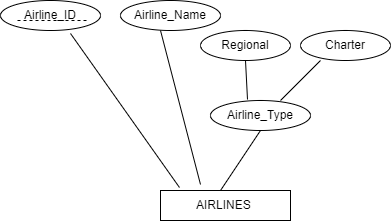
Above: Travel and Tour ER Diagram.drawio.png in marfojohn/Group8DB (draw.io), before the change. Source tidied: cells renumbered, new cells last; positions are measured from the earlier drawing's top-left corner, leaving out a move shared by most shapes.
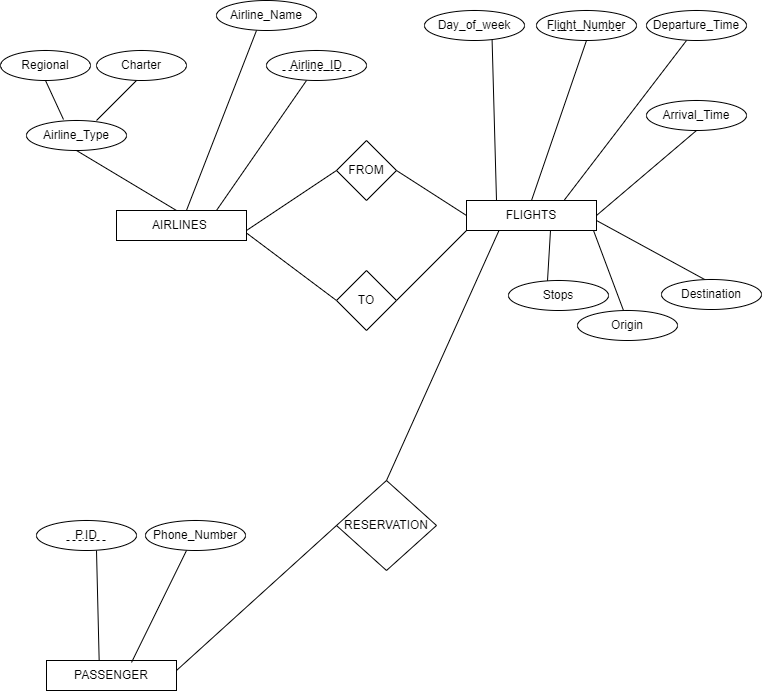
Later version of the same file.

The edit, as a diff of the source:
```diff
@@ -3,31 +3,32 @@
     <mxCell id="0" />
     <mxCell id="1" parent="0" />
     <mxCell id="2" value="Airline_ID" style="ellipse;whiteSpace=wrap;html=1;" parent="1" vertex="1">
-      <mxGeometry width="100" height="30" as="geometry" />
+      <mxGeometry x="310" y="30" width="100" height="30" as="geometry" />
     </mxCell>
     <mxCell id="3" value="AIRLINES&amp;nbsp;" style="rounded=0;whiteSpace=wrap;html=1;" parent="1" vertex="1">
       <mxGeometry x="160" y="190" width="130" height="30" as="geometry" />
     </mxCell>
-    <mxCell id="4" style="endArrow=none;html=1;rounded=0;entryX=0.7;entryY=1.1;entryDx=0;entryDy=0;entryPerimeter=0;exitX=0.146;exitY=-0.1;exitDx=0;exitDy=0;exitPerimeter=0;" parent="1" edge="1" source="3" target="2">
-      <mxGeometry relative="1" as="geometry" />
+    <mxCell id="4" style="endArrow=none;html=1;rounded=0;entryX=0.7;entryY=1.1;entryDx=0;entryDy=0;entryPerimeter=0;exitX=0.769;exitY=0;exitDx=0;exitDy=0;exitPerimeter=0;" parent="1" edge="1" source="3">
+      <mxGeometry relative="1" as="geometry">
+        <mxPoint x="350" y="60" as="targetPoint" />
+      </mxGeometry>
     </mxCell>
     <mxCell id="5" style="endArrow=none;dashed=1;html=1;rounded=0;" parent="1" edge="1">
       <mxGeometry relative="1" as="geometry">
-        <mxPoint x="17" y="20" as="sourcePoint" />
-        <mxPoint x="87" y="20" as="targetPoint" />
+        <mxPoint x="326" y="50" as="sourcePoint" />
+        <mxPoint x="396" y="50" as="targetPoint" />
       </mxGeometry>
     </mxCell>
     <mxCell id="6" value="Airline_Name" style="ellipse;whiteSpace=wrap;html=1;" parent="1" vertex="1">
-      <mxGeometry x="120" width="100" height="30" as="geometry" />
+      <mxGeometry x="260" y="-20" width="100" height="30" as="geometry" />
     </mxCell>
-    <mxCell id="7" style="endArrow=none;html=1;rounded=0;entryX=0.7;entryY=1.1;entryDx=0;entryDy=0;entryPerimeter=0;" parent="1" edge="1">
+    <mxCell id="7" style="endArrow=none;html=1;rounded=0;entryX=0.7;entryY=1.1;entryDx=0;entryDy=0;entryPerimeter=0;exitX=0.538;exitY=0;exitDx=0;exitDy=0;exitPerimeter=0;" parent="1" edge="1" source="3">
       <mxGeometry relative="1" as="geometry">
-        <mxPoint x="200" y="184" as="sourcePoint" />
-        <mxPoint x="160" y="30" as="targetPoint" />
+        <mxPoint x="300" y="10" as="targetPoint" />
       </mxGeometry>
     </mxCell>
     <mxCell id="8" value="Airline_Type" style="ellipse;whiteSpace=wrap;html=1;" parent="1" vertex="1">
-      <mxGeometry x="210" y="100" width="100" height="30" as="geometry" />
+      <mxGeometry x="70" y="100" width="100" height="30" as="geometry" />
     </mxCell>
     <mxCell id="9" style="endArrow=none;html=1;rounded=0;entryX=0.5;entryY=1;entryDx=0;entryDy=0;" parent="1" edge="1" target="8">
       <mxGeometry relative="1" as="geometry">
@@ -38,16 +39,144 @@
       <mxGeometry relative="1" as="geometry" />
     </mxCell>
     <mxCell id="11" value="Regional" style="ellipse;whiteSpace=wrap;html=1;" parent="1" vertex="1">
-      <mxGeometry x="200" y="30" width="90" height="30" as="geometry" />
+      <mxGeometry x="44" y="30" width="90" height="30" as="geometry" />
     </mxCell>
     <mxCell id="12" value="Charter" style="ellipse;whiteSpace=wrap;html=1;" parent="1" vertex="1">
-      <mxGeometry x="300" y="30" width="90" height="30" as="geometry" />
+      <mxGeometry x="140" y="30" width="90" height="30" as="geometry" />
     </mxCell>
     <mxCell id="13" style="endArrow=none;html=1;rounded=0;" parent="1" edge="1">
       <mxGeometry relative="1" as="geometry">
-        <mxPoint x="280" y="100" as="sourcePoint" />
-        <mxPoint x="320" y="60" as="targetPoint" />
+        <mxPoint x="140" y="100" as="sourcePoint" />
+        <mxPoint x="180" y="60" as="targetPoint" />
       </mxGeometry>
     </mxCell>
+    <mxCell id="14" value="FROM" style="rhombus;whiteSpace=wrap;html=1;" parent="1" vertex="1">
+      <mxGeometry x="380" y="120" width="60" height="60" as="geometry" />
+    </mxCell>
+    <mxCell id="15" style="endArrow=none;html=1;rounded=0;entryX=0;entryY=0.5;entryDx=0;entryDy=0;" parent="1" edge="1" target="14">
+      <mxGeometry relative="1" as="geometry">
+        <mxPoint x="290" y="210" as="sourcePoint" />
+      </mxGeometry>
+    </mxCell>
+    <mxCell id="16" style="endArrow=none;html=1;rounded=0;exitX=1;exitY=0.5;exitDx=0;exitDy=0;entryX=0;entryY=0.5;entryDx=0;entryDy=0;" parent="1" edge="1" source="14" target="17">
+      <mxGeometry relative="1" as="geometry" />
+    </mxCell>
+    <mxCell id="17" value="FLIGHTS" style="rounded=0;whiteSpace=wrap;html=1;" parent="1" vertex="1">
+      <mxGeometry x="510" y="180" width="130" height="30" as="geometry" />
+    </mxCell>
+    <mxCell id="18" style="endArrow=none;html=1;rounded=0;exitX=1;exitY=0.75;exitDx=0;exitDy=0;" parent="1" edge="1" source="3">
+      <mxGeometry relative="1" as="geometry">
+        <mxPoint x="380" y="280" as="targetPoint" />
+      </mxGeometry>
+    </mxCell>
+    <mxCell id="19" value="TO" style="rhombus;whiteSpace=wrap;html=1;" parent="1" vertex="1">
+      <mxGeometry x="380" y="250" width="60" height="60" as="geometry" />
+    </mxCell>
+    <mxCell id="20" style="endArrow=none;html=1;rounded=0;exitX=1;exitY=0.5;exitDx=0;exitDy=0;" parent="1" edge="1" source="19">
+      <mxGeometry relative="1" as="geometry">
+        <mxPoint x="510" y="210" as="targetPoint" />
+      </mxGeometry>
+    </mxCell>
+    <mxCell id="21" value="Day_of_week" style="ellipse;whiteSpace=wrap;html=1;" parent="1" vertex="1">
+      <mxGeometry x="468" y="-10" width="100" height="30" as="geometry" />
+    </mxCell>
+    <mxCell id="22" style="endArrow=none;html=1;rounded=0;entryX=0.676;entryY=0.986;entryDx=0;entryDy=0;entryPerimeter=0;" parent="1" edge="1" target="21">
+      <mxGeometry relative="1" as="geometry">
+        <mxPoint x="540" y="180" as="sourcePoint" />
+      </mxGeometry>
+    </mxCell>
+    <mxCell id="23" value="Flight_Number" style="ellipse;whiteSpace=wrap;html=1;" parent="1" vertex="1">
+      <mxGeometry x="580" y="-10" width="100" height="30" as="geometry" />
+    </mxCell>
+    <mxCell id="24" value="Departure_Time" style="ellipse;whiteSpace=wrap;html=1;" parent="1" vertex="1">
+      <mxGeometry x="690" y="-10" width="100" height="30" as="geometry" />
+    </mxCell>
+    <mxCell id="25" style="endArrow=none;html=1;rounded=0;exitX=0.5;exitY=0;exitDx=0;exitDy=0;" parent="1" edge="1" source="17">
+      <mxGeometry relative="1" as="geometry">
+        <mxPoint x="630" y="20" as="targetPoint" />
+      </mxGeometry>
+    </mxCell>
+    <mxCell id="26" style="endArrow=none;html=1;rounded=0;exitX=0.75;exitY=0;exitDx=0;exitDy=0;" parent="1" edge="1" source="17">
+      <mxGeometry relative="1" as="geometry">
+        <mxPoint x="730" y="20" as="targetPoint" />
+      </mxGeometry>
+    </mxCell>
+    <mxCell id="27" style="endArrow=none;dashed=1;html=1;rounded=0;" parent="1" edge="1">
+      <mxGeometry relative="1" as="geometry">
+        <mxPoint x="595" y="10" as="sourcePoint" />
+        <mxPoint x="665" y="10" as="targetPoint" />
+      </mxGeometry>
+    </mxCell>
+    <mxCell id="28" style="endArrow=none;html=1;rounded=0;" parent="1" edge="1">
+      <mxGeometry relative="1" as="geometry">
+        <mxPoint x="667" y="290" as="sourcePoint" />
+        <mxPoint x="637" y="210" as="targetPoint" />
+      </mxGeometry>
+    </mxCell>
+    <mxCell id="29" value="Origin" style="ellipse;whiteSpace=wrap;html=1;" parent="1" vertex="1">
+      <mxGeometry x="621" y="290" width="100" height="30" as="geometry" />
+    </mxCell>
+    <mxCell id="30" style="endArrow=none;html=1;rounded=0;" parent="1" edge="1">
+      <mxGeometry relative="1" as="geometry">
+        <mxPoint x="750" y="260" as="sourcePoint" />
+        <mxPoint x="640" y="200" as="targetPoint" />
+      </mxGeometry>
+    </mxCell>
+    <mxCell id="31" value="Destination" style="ellipse;whiteSpace=wrap;html=1;" parent="1" vertex="1">
+      <mxGeometry x="705" y="259" width="100" height="30" as="geometry" />
+    </mxCell>
+    <mxCell id="32" style="endArrow=none;html=1;rounded=0;exitX=0.75;exitY=0;exitDx=0;exitDy=0;" parent="1" edge="1">
+      <mxGeometry relative="1" as="geometry">
+        <mxPoint x="640" y="195" as="sourcePoint" />
+        <mxPoint x="740" y="110" as="targetPoint" />
+      </mxGeometry>
+    </mxCell>
+    <mxCell id="33" value="Arrival_Time" style="ellipse;whiteSpace=wrap;html=1;" parent="1" vertex="1">
+      <mxGeometry x="690" y="80" width="100" height="30" as="geometry" />
+    </mxCell>
+    <mxCell id="34" style="endArrow=none;html=1;rounded=0;exitX=0.389;exitY=0.065;exitDx=0;exitDy=0;exitPerimeter=0;" parent="1" edge="1" source="35">
+      <mxGeometry relative="1" as="geometry">
+        <mxPoint x="594" y="210" as="targetPoint" />
+      </mxGeometry>
+    </mxCell>
+    <mxCell id="35" value="Stops" style="ellipse;whiteSpace=wrap;html=1;" parent="1" vertex="1">
+      <mxGeometry x="552" y="260" width="100" height="30" as="geometry" />
+    </mxCell>
+    <mxCell id="36" value="RESERVATION" style="rhombus;whiteSpace=wrap;html=1;" parent="1" vertex="1">
+      <mxGeometry x="380" y="460" width="100" height="90" as="geometry" />
+    </mxCell>
+    <mxCell id="37" style="endArrow=none;html=1;rounded=0;entryX=0.25;entryY=1;entryDx=0;entryDy=0;exitX=0.5;exitY=0;exitDx=0;exitDy=0;" parent="1" edge="1" source="36" target="17">
+      <mxGeometry relative="1" as="geometry" />
+    </mxCell>
+    <mxCell id="38" value="PASSENGER" style="rounded=0;whiteSpace=wrap;html=1;" parent="1" vertex="1">
+      <mxGeometry x="90" y="640" width="130" height="30" as="geometry" />
+    </mxCell>
+    <mxCell id="39" style="endArrow=none;html=1;rounded=0;entryX=0;entryY=0.5;entryDx=0;entryDy=0;" parent="1" edge="1" target="36">
+      <mxGeometry relative="1" as="geometry">
+        <mxPoint x="220" y="650" as="sourcePoint" />
+      </mxGeometry>
+    </mxCell>
+    <mxCell id="40" value="P.ID" style="ellipse;whiteSpace=wrap;html=1;" parent="1" vertex="1">
+      <mxGeometry x="80" y="500" width="100" height="30" as="geometry" />
+    </mxCell>
+    <mxCell id="41" style="endArrow=none;dashed=1;html=1;rounded=0;" parent="1" edge="1">
+      <mxGeometry relative="1" as="geometry">
+        <mxPoint x="110" y="520" as="sourcePoint" />
+        <mxPoint x="150" y="520" as="targetPoint" />
+      </mxGeometry>
+    </mxCell>
+    <mxCell id="42" style="endArrow=none;html=1;rounded=0;exitX=0.405;exitY=-0.014;exitDx=0;exitDy=0;exitPerimeter=0;" parent="1" edge="1" source="38">
+      <mxGeometry relative="1" as="geometry">
+        <mxPoint x="140" y="530" as="targetPoint" />
+      </mxGeometry>
+    </mxCell>
+    <mxCell id="43" value="Phone_Number" style="ellipse;whiteSpace=wrap;html=1;" parent="1" vertex="1">
+      <mxGeometry x="189" y="500" width="100" height="30" as="geometry" />
+    </mxCell>
+    <mxCell id="44" style="endArrow=none;html=1;rounded=0;exitX=0.654;exitY=0.065;exitDx=0;exitDy=0;exitPerimeter=0;" parent="1" edge="1" source="38">
+      <mxGeometry relative="1" as="geometry">
+        <mxPoint x="230" y="530" as="targetPoint" />
+      </mxGeometry>
+    </mxCell>
   </root>
 </mxGraphModel>
```
